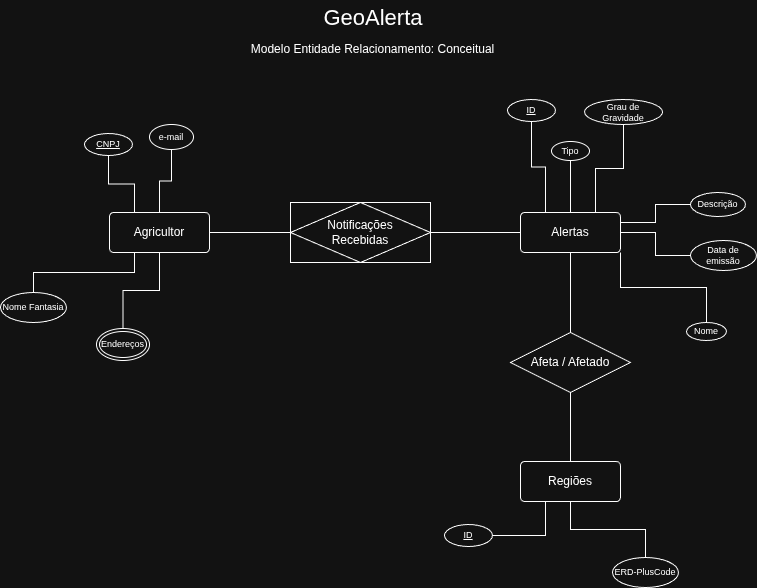
Code-Masters-F/GeoAlerta keeps this draw.io diagram as docs/database-design/Diagrama-ER-Conceitual.drawio.png. Above is the earlier version. Source tidied: cells renumbered, new cells last; positions are measured from the earlier drawing's top-left corner, leaving out a move shared by most shapes.
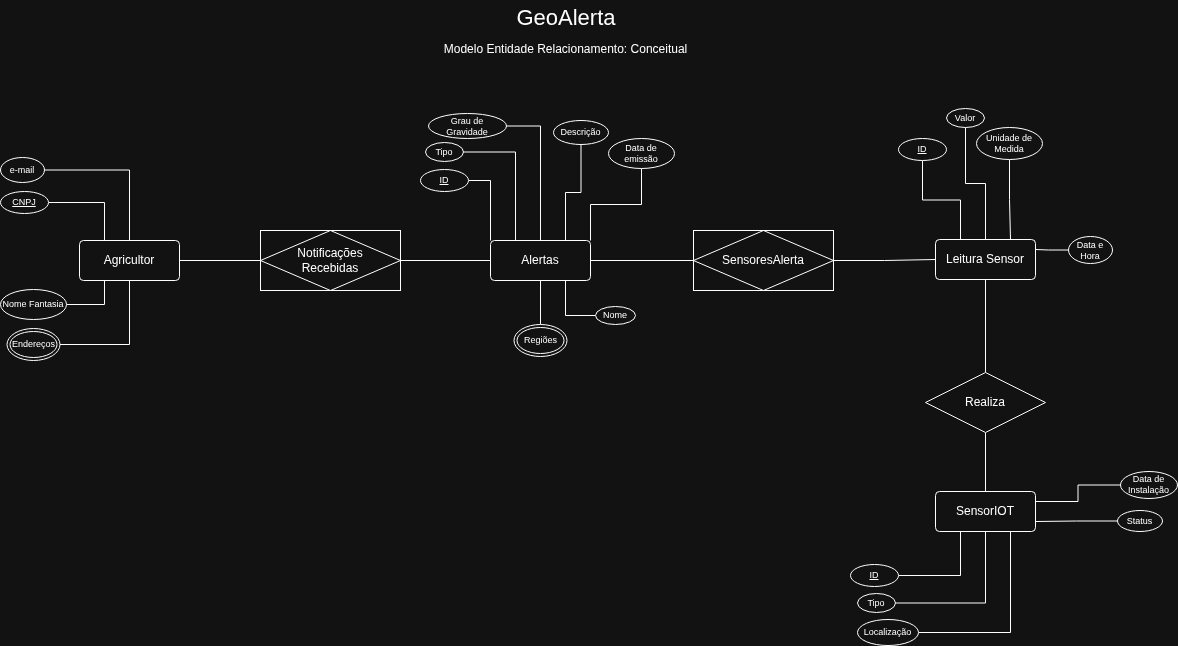
The same file after the commit.

Diff of the diagram source:
```diff
@@ -2,114 +2,174 @@
   <root>
     <mxCell id="0" />
     <mxCell id="1" parent="0" />
-    <mxCell id="2" style="edgeStyle=orthogonalEdgeStyle;rounded=0;jettySize=auto;html=1;exitX=0.25;exitY=0;exitDx=0;exitDy=0;endArrow=none;endFill=0;" parent="1" edge="1" source="4" target="11">
+    <mxCell id="2" style="edgeStyle=orthogonalEdgeStyle;rounded=0;jettySize=auto;html=1;exitX=0.25;exitY=0;exitDx=0;exitDy=0;endArrow=none;endFill=0;entryX=1;entryY=0.5;entryDx=0;entryDy=0;" parent="1" edge="1" source="4" target="11">
       <mxGeometry relative="1" as="geometry" />
     </mxCell>
-    <mxCell id="3" style="edgeStyle=orthogonalEdgeStyle;rounded=0;jettySize=auto;html=1;exitX=0.25;exitY=1;exitDx=0;exitDy=0;entryX=0.5;entryY=0;entryDx=0;entryDy=0;endArrow=none;endFill=0;" parent="1" edge="1" source="4" target="12">
+    <mxCell id="3" style="edgeStyle=orthogonalEdgeStyle;rounded=0;jettySize=auto;html=1;exitX=0.25;exitY=1;exitDx=0;exitDy=0;entryX=1;entryY=0.5;entryDx=0;entryDy=0;endArrow=none;endFill=0;" parent="1" edge="1" source="4" target="12">
       <mxGeometry relative="1" as="geometry" />
     </mxCell>
     <mxCell id="4" value="Agricultor" style="rounded=1;arcSize=10;whiteSpace=wrap;html=1;align=center;" parent="1" vertex="1">
-      <mxGeometry x="109" y="212" width="100" height="40" as="geometry" />
+      <mxGeometry x="305" y="347" width="100" height="40" as="geometry" />
     </mxCell>
-    <mxCell id="5" style="edgeStyle=orthogonalEdgeStyle;rounded=0;jettySize=auto;html=1;exitX=1;exitY=1;exitDx=0;exitDy=0;entryX=0.5;entryY=0;entryDx=0;entryDy=0;endArrow=none;endFill=0;" parent="1" edge="1" source="8" target="17">
+    <mxCell id="5" style="edgeStyle=orthogonalEdgeStyle;rounded=0;jettySize=auto;html=1;exitX=0.75;exitY=1;exitDx=0;exitDy=0;entryX=0;entryY=0.5;entryDx=0;entryDy=0;endArrow=none;endFill=0;" parent="1" edge="1" source="8" target="17">
       <mxGeometry relative="1" as="geometry" />
     </mxCell>
-    <mxCell id="6" style="edgeStyle=orthogonalEdgeStyle;rounded=0;jettySize=auto;html=1;exitX=1;exitY=0.5;exitDx=0;exitDy=0;endArrow=none;endFill=0;" parent="1" edge="1" source="8" target="20">
+    <mxCell id="6" style="edgeStyle=orthogonalEdgeStyle;rounded=0;jettySize=auto;html=1;exitX=1;exitY=0;exitDx=0;exitDy=0;endArrow=none;endFill=0;" parent="1" edge="1" source="8" target="20">
       <mxGeometry relative="1" as="geometry" />
     </mxCell>
-    <mxCell id="7" style="edgeStyle=orthogonalEdgeStyle;rounded=0;jettySize=auto;html=1;endArrow=none;endFill=0;" parent="1" edge="1" source="8" target="29">
+    <mxCell id="7" style="edgeStyle=orthogonalEdgeStyle;rounded=0;jettySize=auto;html=1;endArrow=none;endFill=0;entryX=0.5;entryY=0;entryDx=0;entryDy=0;" parent="1" edge="1" source="8" target="27">
       <mxGeometry relative="1" as="geometry" />
     </mxCell>
+    <mxCell id="37" style="edgeStyle=orthogonalEdgeStyle;rounded=0;jettySize=auto;html=1;endArrow=none;endFill=0;entryX=0;entryY=0.5;entryDx=0;entryDy=0;" parent="1" edge="1" source="8" target="62">
+      <mxGeometry relative="1" as="geometry" />
+    </mxCell>
     <mxCell id="8" value="Alertas" style="rounded=1;arcSize=10;whiteSpace=wrap;html=1;align=center;" parent="1" vertex="1">
-      <mxGeometry x="520" y="212" width="100" height="40" as="geometry" />
+      <mxGeometry x="716" y="347" width="100" height="40" as="geometry" />
     </mxCell>
     <mxCell id="9" style="edgeStyle=orthogonalEdgeStyle;rounded=0;jettySize=auto;html=1;endArrow=none;endFill=0;" parent="1" edge="1" target="8">
       <mxGeometry relative="1" as="geometry">
-        <mxPoint x="427" y="232" as="sourcePoint" />
+        <mxPoint x="623" y="367" as="sourcePoint" />
       </mxGeometry>
     </mxCell>
     <mxCell id="10" style="endArrow=none;html=1;rounded=0;exitX=1;exitY=0.5;exitDx=0;exitDy=0;entryX=0;entryY=0.5;entryDx=0;entryDy=0;" parent="1" edge="1" source="4">
       <mxGeometry relative="1" as="geometry">
-        <mxPoint x="307" y="232" as="targetPoint" />
+        <mxPoint x="503" y="367" as="targetPoint" />
       </mxGeometry>
     </mxCell>
     <mxCell id="11" value="CNPJ" style="ellipse;whiteSpace=wrap;html=1;align=center;fontStyle=4;fontSize=9;" parent="1" vertex="1">
-      <mxGeometry x="84" y="133" width="48" height="22" as="geometry" />
+      <mxGeometry x="226" y="298" width="48" height="22" as="geometry" />
     </mxCell>
     <mxCell id="12" value="Nome Fantasia" style="ellipse;whiteSpace=wrap;html=1;align=center;fontSize=9;" parent="1" vertex="1">
-      <mxGeometry y="292" width="66" height="30" as="geometry" />
+      <mxGeometry x="226" y="396" width="66" height="30" as="geometry" />
     </mxCell>
     <mxCell id="13" value="GeoAlerta" style="text;html=1;whiteSpace=wrap;strokeColor=none;fillColor=none;align=center;verticalAlign=middle;rounded=0;fontSize=22;" parent="1" vertex="1">
-      <mxGeometry x="319.5" width="106" height="36" as="geometry" />
+      <mxGeometry x="738.5" y="107" width="106" height="36" as="geometry" />
     </mxCell>
     <mxCell id="14" value="Modelo Entidade Relacionamento: Conceitual" style="text;html=1;whiteSpace=wrap;strokeColor=none;fillColor=none;align=center;verticalAlign=middle;rounded=0;" parent="1" vertex="1">
-      <mxGeometry x="245" y="36" width="255" height="26" as="geometry" />
+      <mxGeometry x="664" y="143" width="255" height="26" as="geometry" />
     </mxCell>
-    <mxCell id="15" style="edgeStyle=orthogonalEdgeStyle;rounded=0;jettySize=auto;html=1;entryX=0.25;entryY=0;entryDx=0;entryDy=0;endArrow=none;endFill=0;" parent="1" edge="1" source="16" target="8">
+    <mxCell id="15" style="edgeStyle=orthogonalEdgeStyle;rounded=0;jettySize=auto;html=1;entryX=0;entryY=0;entryDx=0;entryDy=0;endArrow=none;endFill=0;" parent="1" edge="1" source="16" target="8">
       <mxGeometry relative="1" as="geometry" />
     </mxCell>
     <mxCell id="16" value="ID" style="ellipse;whiteSpace=wrap;html=1;align=center;fontStyle=4;fontSize=9;" parent="1" vertex="1">
-      <mxGeometry x="507" y="99" width="48" height="22" as="geometry" />
+      <mxGeometry x="646" y="276" width="48" height="22" as="geometry" />
     </mxCell>
     <mxCell id="17" value="Nome" style="ellipse;whiteSpace=wrap;html=1;align=center;fontSize=9;" parent="1" vertex="1">
-      <mxGeometry x="686" y="322" width="40" height="18" as="geometry" />
+      <mxGeometry x="821" y="413" width="40" height="18" as="geometry" />
     </mxCell>
-    <mxCell id="18" style="edgeStyle=orthogonalEdgeStyle;rounded=0;jettySize=auto;html=1;entryX=0.5;entryY=0;entryDx=0;entryDy=0;endArrow=none;endFill=0;" parent="1" edge="1" source="19" target="8">
+    <mxCell id="18" style="edgeStyle=orthogonalEdgeStyle;rounded=0;jettySize=auto;html=1;entryX=0.25;entryY=0;entryDx=0;entryDy=0;endArrow=none;endFill=0;exitX=1;exitY=0.5;exitDx=0;exitDy=0;" parent="1" edge="1" source="19" target="8">
       <mxGeometry relative="1" as="geometry" />
     </mxCell>
     <mxCell id="19" value="Tipo" style="ellipse;whiteSpace=wrap;html=1;align=center;fontSize=9;" parent="1" vertex="1">
-      <mxGeometry x="551" y="141" width="38" height="19" as="geometry" />
+      <mxGeometry x="651" y="249" width="38" height="19" as="geometry" />
     </mxCell>
     <mxCell id="20" value="Data de emissão" style="ellipse;whiteSpace=wrap;html=1;align=center;fontSize=9;" parent="1" vertex="1">
-      <mxGeometry x="690" y="240" width="66" height="30" as="geometry" />
+      <mxGeometry x="834" y="245" width="66" height="30" as="geometry" />
     </mxCell>
     <mxCell id="21" style="edgeStyle=orthogonalEdgeStyle;rounded=0;jettySize=auto;html=1;endArrow=none;endFill=0;" parent="1" edge="1" source="22" target="4">
       <mxGeometry relative="1" as="geometry" />
     </mxCell>
     <mxCell id="22" value="e-mail" style="ellipse;whiteSpace=wrap;html=1;align=center;fontSize=9;" parent="1" vertex="1">
-      <mxGeometry x="149" y="124" width="44" height="25" as="geometry" />
+      <mxGeometry x="226" y="264" width="44" height="25" as="geometry" />
     </mxCell>
-    <mxCell id="23" style="edgeStyle=orthogonalEdgeStyle;rounded=0;jettySize=auto;html=1;entryX=0.75;entryY=0;entryDx=0;entryDy=0;endArrow=none;endFill=0;" parent="1" edge="1" source="24" target="8">
+    <mxCell id="23" style="edgeStyle=orthogonalEdgeStyle;rounded=0;jettySize=auto;html=1;entryX=0.5;entryY=0;entryDx=0;entryDy=0;endArrow=none;endFill=0;exitX=1;exitY=0.5;exitDx=0;exitDy=0;" parent="1" edge="1" source="24" target="8">
       <mxGeometry relative="1" as="geometry" />
     </mxCell>
     <mxCell id="24" value="Grau de Gravidade" style="ellipse;whiteSpace=wrap;html=1;align=center;fontSize=9;" parent="1" vertex="1">
-      <mxGeometry x="584" y="99" width="78" height="25" as="geometry" />
+      <mxGeometry x="654" y="220" width="78" height="25" as="geometry" />
     </mxCell>
-    <mxCell id="25" style="edgeStyle=orthogonalEdgeStyle;rounded=0;jettySize=auto;html=1;entryX=1;entryY=0.25;entryDx=0;entryDy=0;endArrow=none;endFill=0;" parent="1" edge="1" source="26" target="8">
+    <mxCell id="25" style="edgeStyle=orthogonalEdgeStyle;rounded=0;jettySize=auto;html=1;entryX=0.75;entryY=0;entryDx=0;entryDy=0;endArrow=none;endFill=0;" parent="1" edge="1" source="26" target="8">
       <mxGeometry relative="1" as="geometry" />
     </mxCell>
     <mxCell id="26" value="Descrição" style="ellipse;whiteSpace=wrap;html=1;align=center;fontSize=9;" parent="1" vertex="1">
-      <mxGeometry x="690" y="192" width="55" height="24" as="geometry" />
+      <mxGeometry x="779" y="227" width="55" height="24" as="geometry" />
     </mxCell>
-    <mxCell id="27" value="Regiões" style="rounded=1;arcSize=10;whiteSpace=wrap;html=1;align=center;" parent="1" vertex="1">
-      <mxGeometry x="520" y="461" width="100" height="40" as="geometry" />
-    </mxCell>
-    <mxCell id="28" style="edgeStyle=orthogonalEdgeStyle;rounded=0;jettySize=auto;html=1;endArrow=none;endFill=0;" parent="1" edge="1" source="29" target="27">
-      <mxGeometry relative="1" as="geometry" />
-    </mxCell>
-    <mxCell id="29" value="Afeta / Afetado" style="shape=rhombus;perimeter=rhombusPerimeter;whiteSpace=wrap;html=1;align=center;" parent="1" vertex="1">
-      <mxGeometry x="510" y="332" width="120" height="60" as="geometry" />
-    </mxCell>
-    <mxCell id="30" style="edgeStyle=orthogonalEdgeStyle;rounded=0;jettySize=auto;html=1;entryX=0.5;entryY=1;entryDx=0;entryDy=0;endArrow=none;endFill=0;exitX=0.5;exitY=0;exitDx=0;exitDy=0;" parent="1" edge="1" source="36" target="4">
+    <mxCell id="30" style="edgeStyle=orthogonalEdgeStyle;rounded=0;jettySize=auto;html=1;entryX=0.5;entryY=1;entryDx=0;entryDy=0;endArrow=none;endFill=0;exitX=1;exitY=0.5;exitDx=0;exitDy=0;" parent="1" edge="1" source="36" target="4">
       <mxGeometry relative="1" as="geometry" />
     </mxCell>
-    <mxCell id="31" style="edgeStyle=orthogonalEdgeStyle;rounded=0;jettySize=auto;html=1;entryX=0.5;entryY=1;entryDx=0;entryDy=0;endArrow=none;endFill=0;" parent="1" edge="1" source="32" target="27">
-      <mxGeometry relative="1" as="geometry" />
-    </mxCell>
-    <mxCell id="32" value="ERD-PlusCode" style="ellipse;whiteSpace=wrap;html=1;align=center;fontSize=9;" parent="1" vertex="1">
-      <mxGeometry x="612" y="557" width="66" height="30" as="geometry" />
-    </mxCell>
-    <mxCell id="33" style="edgeStyle=orthogonalEdgeStyle;rounded=0;jettySize=auto;html=1;entryX=0.25;entryY=1;entryDx=0;entryDy=0;endArrow=none;endFill=0;" parent="1" edge="1" source="34" target="27">
-      <mxGeometry relative="1" as="geometry" />
-    </mxCell>
-    <mxCell id="34" value="ID" style="ellipse;whiteSpace=wrap;html=1;align=center;fontStyle=4;fontSize=9;" parent="1" vertex="1">
-      <mxGeometry x="444" y="524" width="48" height="22" as="geometry" />
-    </mxCell>
     <mxCell id="35" value="Notificações&lt;div&gt;Recebidas&lt;/div&gt;" style="shape=associativeEntity;whiteSpace=wrap;html=1;align=center;" parent="1" vertex="1">
-      <mxGeometry x="290" y="202" width="140" height="60" as="geometry" />
+      <mxGeometry x="486" y="337" width="140" height="60" as="geometry" />
     </mxCell>
     <mxCell id="36" value="Endereços" style="ellipse;shape=doubleEllipse;margin=3;whiteSpace=wrap;html=1;align=center;fontSize=9;" parent="1" vertex="1">
-      <mxGeometry x="96" y="328" width="53" height="32" as="geometry" />
+      <mxGeometry x="232.5" y="435" width="53" height="32" as="geometry" />
     </mxCell>
+    <mxCell id="38" value="SensorIOT" style="rounded=1;arcSize=10;whiteSpace=wrap;html=1;align=center;" parent="1" vertex="1">
+      <mxGeometry x="1161" y="598" width="100" height="40" as="geometry" />
+    </mxCell>
+    <mxCell id="39" style="edgeStyle=orthogonalEdgeStyle;rounded=0;jettySize=auto;html=1;entryX=0.25;entryY=1;entryDx=0;entryDy=0;endArrow=none;endFill=0;exitX=1;exitY=0.5;exitDx=0;exitDy=0;" parent="1" edge="1" source="40" target="38">
+      <mxGeometry relative="1" as="geometry" />
+    </mxCell>
+    <mxCell id="40" value="ID" style="ellipse;whiteSpace=wrap;html=1;align=center;fontStyle=4;fontSize=9;" parent="1" vertex="1">
+      <mxGeometry x="1076" y="671" width="48" height="22" as="geometry" />
+    </mxCell>
+    <mxCell id="41" style="edgeStyle=orthogonalEdgeStyle;rounded=0;jettySize=auto;html=1;entryX=0.5;entryY=1;entryDx=0;entryDy=0;endArrow=none;endFill=0;" parent="1" edge="1" source="42" target="38">
+      <mxGeometry relative="1" as="geometry" />
+    </mxCell>
+    <mxCell id="42" value="Tipo" style="ellipse;whiteSpace=wrap;html=1;align=center;fontSize=9;" parent="1" vertex="1">
+      <mxGeometry x="1083" y="700" width="38" height="19" as="geometry" />
+    </mxCell>
+    <mxCell id="43" style="edgeStyle=orthogonalEdgeStyle;rounded=0;jettySize=auto;html=1;entryX=0.75;entryY=1;entryDx=0;entryDy=0;endArrow=none;endFill=0;" parent="1" edge="1" source="44" target="38">
+      <mxGeometry relative="1" as="geometry" />
+    </mxCell>
+    <mxCell id="44" value="Localização" style="ellipse;whiteSpace=wrap;html=1;align=center;fontSize=9;" parent="1" vertex="1">
+      <mxGeometry x="1083" y="726" width="61" height="26" as="geometry" />
+    </mxCell>
+    <mxCell id="45" style="edgeStyle=orthogonalEdgeStyle;rounded=0;jettySize=auto;html=1;entryX=1;entryY=0.25;entryDx=0;entryDy=0;endArrow=none;endFill=0;" parent="1" edge="1" source="46" target="38">
+      <mxGeometry relative="1" as="geometry" />
+    </mxCell>
+    <mxCell id="46" value="Data de Instalação" style="ellipse;whiteSpace=wrap;html=1;align=center;fontSize=9;" parent="1" vertex="1">
+      <mxGeometry x="1346" y="578" width="57" height="27" as="geometry" />
+    </mxCell>
+    <mxCell id="47" style="edgeStyle=orthogonalEdgeStyle;rounded=0;jettySize=auto;html=1;entryX=1;entryY=0.75;entryDx=0;entryDy=0;endArrow=none;endFill=0;" parent="1" edge="1" source="48" target="38">
+      <mxGeometry relative="1" as="geometry" />
+    </mxCell>
+    <mxCell id="48" value="Status" style="ellipse;whiteSpace=wrap;html=1;align=center;fontSize=9;" parent="1" vertex="1">
+      <mxGeometry x="1343" y="617" width="45" height="21" as="geometry" />
+    </mxCell>
+    <mxCell id="49" style="edgeStyle=orthogonalEdgeStyle;rounded=0;jettySize=auto;html=1;endArrow=none;endFill=0;" parent="1" edge="1" source="50" target="60">
+      <mxGeometry relative="1" as="geometry" />
+    </mxCell>
+    <mxCell id="50" value="Leitura Sensor" style="rounded=1;arcSize=10;whiteSpace=wrap;html=1;align=center;" parent="1" vertex="1">
+      <mxGeometry x="1161" y="346" width="100" height="40" as="geometry" />
+    </mxCell>
+    <mxCell id="51" style="edgeStyle=orthogonalEdgeStyle;rounded=0;jettySize=auto;html=1;entryX=0.25;entryY=0;entryDx=0;entryDy=0;endArrow=none;endFill=0;" parent="1" edge="1" source="52" target="50">
+      <mxGeometry relative="1" as="geometry" />
+    </mxCell>
+    <mxCell id="52" value="ID" style="ellipse;whiteSpace=wrap;html=1;align=center;fontStyle=4;fontSize=9;" parent="1" vertex="1">
+      <mxGeometry x="1124" y="245" width="48" height="22" as="geometry" />
+    </mxCell>
+    <mxCell id="53" style="edgeStyle=orthogonalEdgeStyle;rounded=0;jettySize=auto;html=1;entryX=0.5;entryY=0;entryDx=0;entryDy=0;endArrow=none;endFill=0;" parent="1" edge="1" source="54" target="50">
+      <mxGeometry relative="1" as="geometry" />
+    </mxCell>
+    <mxCell id="54" value="Valor" style="ellipse;whiteSpace=wrap;html=1;align=center;fontSize=9;" parent="1" vertex="1">
+      <mxGeometry x="1172" y="215" width="38" height="19" as="geometry" />
+    </mxCell>
+    <mxCell id="55" style="edgeStyle=orthogonalEdgeStyle;rounded=0;jettySize=auto;html=1;entryX=0.75;entryY=0;entryDx=0;entryDy=0;endArrow=none;endFill=0;" parent="1" edge="1" source="56" target="50">
+      <mxGeometry relative="1" as="geometry" />
+    </mxCell>
+    <mxCell id="56" value="Unidade de Medida" style="ellipse;whiteSpace=wrap;html=1;align=center;fontSize=9;" parent="1" vertex="1">
+      <mxGeometry x="1202" y="234" width="66" height="32" as="geometry" />
+    </mxCell>
+    <mxCell id="57" style="edgeStyle=orthogonalEdgeStyle;rounded=0;jettySize=auto;html=1;entryX=1;entryY=0.25;entryDx=0;entryDy=0;endArrow=none;endFill=0;" parent="1" edge="1" source="58" target="50">
+      <mxGeometry relative="1" as="geometry" />
+    </mxCell>
+    <mxCell id="58" value="Data e Hora" style="ellipse;whiteSpace=wrap;html=1;align=center;fontSize=9;" parent="1" vertex="1">
+      <mxGeometry x="1294" y="343" width="44" height="27" as="geometry" />
+    </mxCell>
+    <mxCell id="59" style="edgeStyle=orthogonalEdgeStyle;rounded=0;jettySize=auto;html=1;entryX=0.5;entryY=0;entryDx=0;entryDy=0;endArrow=none;endFill=0;exitX=0.5;exitY=1;exitDx=0;exitDy=0;" parent="1" edge="1" source="60" target="38">
+      <mxGeometry relative="1" as="geometry" />
+    </mxCell>
+    <mxCell id="60" value="Realiza" style="shape=rhombus;perimeter=rhombusPerimeter;whiteSpace=wrap;html=1;align=center;" parent="1" vertex="1">
+      <mxGeometry x="1151" y="479" width="120" height="60" as="geometry" />
+    </mxCell>
+    <mxCell id="61" style="edgeStyle=orthogonalEdgeStyle;rounded=0;jettySize=auto;html=1;endArrow=none;endFill=0;" parent="1" edge="1" source="62" target="50">
+      <mxGeometry relative="1" as="geometry" />
+    </mxCell>
+    <mxCell id="62" value="SensoresAlerta" style="shape=associativeEntity;whiteSpace=wrap;html=1;align=center;" parent="1" vertex="1">
+      <mxGeometry x="919" y="337" width="140" height="60" as="geometry" />
+    </mxCell>
+    <mxCell id="27" value="Regiões" style="ellipse;shape=doubleEllipse;margin=3;whiteSpace=wrap;html=1;align=center;fontSize=9;" parent="1" vertex="1">
+      <mxGeometry x="739.5" y="431" width="53" height="32" as="geometry" />
+    </mxCell>
   </root>
 </mxGraphModel>
```
